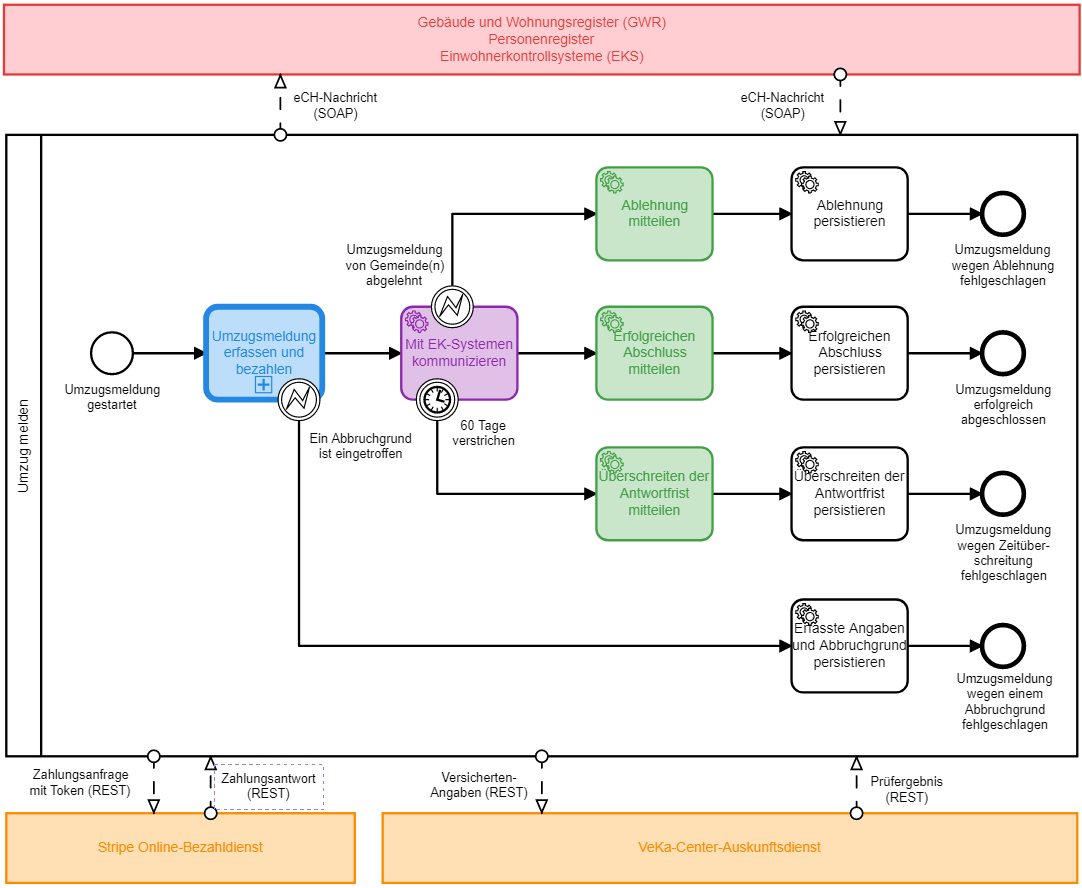
zhaw-gpi/eumzug-plattform-2018 keeps this BPMN diagram as src/docs/architecture/MainProcessArchitectureView.png. Above is the earlier version. Its source is kept beside it as src/docs/architecture/MainProcessArchitectureView.bpmn. Ids are renumbered.
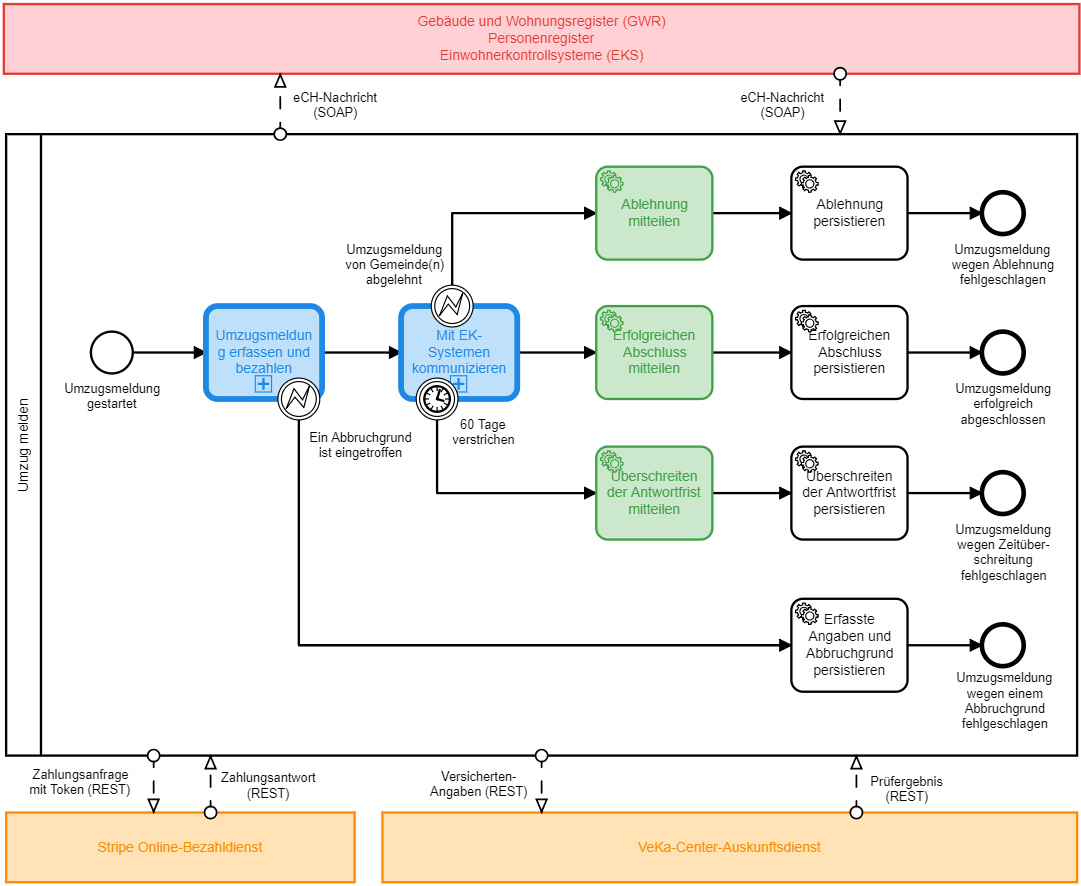
Above is the later version.

Commit message:
Dokumentation deutlich überarbeitet (README, BPMN)

What changed in the source:
```diff
@@ -1,4 +1,4 @@
-<bpmn:definitions xmlns:bpmn="http://www.omg.org/spec/BPMN/20100524/MODEL" xmlns:bpmndi="http://www.omg.org/spec/BPMN/20100524/DI" xmlns:di="http://www.omg.org/spec/DD/20100524/DI" xmlns:dc="http://www.omg.org/spec/DD/20100524/DC" xmlns:camunda="http://camunda.org/schema/1.0/bpmn" xmlns:xsi="http://www.w3.org/2001/XMLSchema-instance" xmlns:bioc="http://bpmn.io/schema/bpmn/biocolor/1.0" id="Definitions_n1" targetNamespace="http://bpmn.io/schema/bpmn" exporter="Camunda Modeler" exporterVersion="1.16.2">
+<bpmn:definitions xmlns:bpmn="http://www.omg.org/spec/BPMN/20100524/MODEL" xmlns:bpmndi="http://www.omg.org/spec/BPMN/20100524/DI" xmlns:di="http://www.omg.org/spec/DD/20100524/DI" xmlns:dc="http://www.omg.org/spec/DD/20100524/DC" xmlns:camunda="http://camunda.org/schema/1.0/bpmn" xmlns:xsi="http://www.w3.org/2001/XMLSchema-instance" xmlns:bioc="http://bpmn.io/schema/bpmn/biocolor/1.0" id="Definitions_n1" targetNamespace="http://bpmn.io/schema/bpmn" exporter="Camunda Modeler" exporterVersion="3.1.0">
   <bpmn:collaboration id="Collaboration_n2">
     <bpmn:participant id="Participant_n3" name="Umzug melden" processRef="Process_n4" />
     <bpmn:participant id="Participant_n5" name="Gebäude und Wohnungsregister (GWR)&#10;Personenregister&#10;Einwohnerkontrollsysteme (EKS)" />
@@ -22,10 +22,6 @@
       <bpmn:incoming>SequenceFlow_n15</bpmn:incoming>
       <bpmn:outgoing>SequenceFlow_n19</bpmn:outgoing>
     </bpmn:callActivity>
-    <bpmn:serviceTask id="Task_n20" name="Mit EK-Systemen kommunizieren">
-      <bpmn:incoming>SequenceFlow_n19</bpmn:incoming>
-      <bpmn:outgoing>SequenceFlow_n21</bpmn:outgoing>
-    </bpmn:serviceTask>
     <bpmn:serviceTask id="Task_n22" name="Erfolgreichen Abschluss mitteilen">
       <bpmn:incoming>SequenceFlow_n21</bpmn:incoming>
       <bpmn:outgoing>SequenceFlow_n23</bpmn:outgoing>
@@ -64,218 +60,222 @@
       <bpmn:incoming>SequenceFlow_n40</bpmn:incoming>
       <bpmn:outgoing>SequenceFlow_n38</bpmn:outgoing>
     </bpmn:serviceTask>
-    <bpmn:boundaryEvent id="BoundaryEvent_n41" name="60 Tage verstrichen" attachedToRef="Task_n20">
-      <bpmn:outgoing>SequenceFlow_n32</bpmn:outgoing>
-      <bpmn:timerEventDefinition />
+    <bpmn:callActivity id="Task_n20" name="Mit EK-Systemen kommunizieren">
+      <bpmn:incoming>SequenceFlow_n19</bpmn:incoming>
+      <bpmn:outgoing>SequenceFlow_n21</bpmn:outgoing>
+    </bpmn:callActivity>
+    <bpmn:boundaryEvent id="BoundaryEvent_n43" name="Ein Abbruchgrund ist eingetroffen" attachedToRef="Task_n18">
+      <bpmn:outgoing>SequenceFlow_n40</bpmn:outgoing>
+      <bpmn:errorEventDefinition />
     </bpmn:boundaryEvent>
     <bpmn:boundaryEvent id="BoundaryEvent_n42" name="Umzugsmeldung von Gemeinde(n) abgelehnt" attachedToRef="Task_n20">
       <bpmn:outgoing>SequenceFlow_n30</bpmn:outgoing>
       <bpmn:errorEventDefinition />
     </bpmn:boundaryEvent>
-    <bpmn:boundaryEvent id="BoundaryEvent_n43" name="Ein Abbruchgrund ist eingetroffen" attachedToRef="Task_n18">
-      <bpmn:outgoing>SequenceFlow_n40</bpmn:outgoing>
-      <bpmn:errorEventDefinition />
+    <bpmn:boundaryEvent id="BoundaryEvent_n41" name="60 Tage verstrichen" attachedToRef="Task_n20">
+      <bpmn:outgoing>SequenceFlow_n32</bpmn:outgoing>
+      <bpmn:timerEventDefinition />
     </bpmn:boundaryEvent>
+    <bpmn:sequenceFlow id="SequenceFlow_n15" sourceRef="StartEvent_n14" targetRef="Task_n18" />
+    <bpmn:sequenceFlow id="SequenceFlow_n40" sourceRef="BoundaryEvent_n43" targetRef="CallActivity_n39" />
+    <bpmn:sequenceFlow id="SequenceFlow_n19" sourceRef="Task_n18" targetRef="Task_n20" />
+    <bpmn:sequenceFlow id="SequenceFlow_n30" sourceRef="BoundaryEvent_n42" targetRef="Task_n29" />
+    <bpmn:sequenceFlow id="SequenceFlow_n21" sourceRef="Task_n20" targetRef="Task_n22" />
+    <bpmn:sequenceFlow id="SequenceFlow_n23" sourceRef="Task_n22" targetRef="Task_n24" />
+    <bpmn:sequenceFlow id="SequenceFlow_n17" sourceRef="Task_n24" targetRef="EndEvent_n16" />
+    <bpmn:sequenceFlow id="SequenceFlow_n28" sourceRef="Task_n29" targetRef="Task_n27" />
+    <bpmn:sequenceFlow id="SequenceFlow_n26" sourceRef="Task_n27" targetRef="EndEvent_n25" />
+    <bpmn:sequenceFlow id="SequenceFlow_n33" sourceRef="ServiceTask_n31" targetRef="ServiceTask_n34" />
+    <bpmn:sequenceFlow id="SequenceFlow_n35" sourceRef="ServiceTask_n34" targetRef="EndEvent_n36" />
+    <bpmn:sequenceFlow id="SequenceFlow_n32" sourceRef="BoundaryEvent_n41" targetRef="ServiceTask_n31" />
     <bpmn:sequenceFlow id="SequenceFlow_n38" sourceRef="CallActivity_n39" targetRef="EndEvent_n37" />
-    <bpmn:sequenceFlow id="SequenceFlow_n32" sourceRef="BoundaryEvent_n41" targetRef="ServiceTask_n31" />
-    <bpmn:sequenceFlow id="SequenceFlow_n35" sourceRef="ServiceTask_n34" targetRef="EndEvent_n36" />
-    <bpmn:sequenceFlow id="SequenceFlow_n33" sourceRef="ServiceTask_n31" targetRef="ServiceTask_n34" />
-    <bpmn:sequenceFlow id="SequenceFlow_n26" sourceRef="Task_n27" targetRef="EndEvent_n25" />
-    <bpmn:sequenceFlow id="SequenceFlow_n28" sourceRef="Task_n29" targetRef="Task_n27" />
-    <bpmn:sequenceFlow id="SequenceFlow_n17" sourceRef="Task_n24" targetRef="EndEvent_n16" />
-    <bpmn:sequenceFlow id="SequenceFlow_n23" sourceRef="Task_n22" targetRef="Task_n24" />
-    <bpmn:sequenceFlow id="SequenceFlow_n21" sourceRef="Task_n20" targetRef="Task_n22" />
-    <bpmn:sequenceFlow id="SequenceFlow_n30" sourceRef="BoundaryEvent_n42" targetRef="Task_n29" />
-    <bpmn:sequenceFlow id="SequenceFlow_n19" sourceRef="Task_n18" targetRef="Task_n20" />
-    <bpmn:sequenceFlow id="SequenceFlow_n40" sourceRef="BoundaryEvent_n43" targetRef="CallActivity_n39" />
-    <bpmn:sequenceFlow id="SequenceFlow_n15" sourceRef="StartEvent_n14" targetRef="Task_n18" />
   </bpmn:process>
   <bpmndi:BPMNDiagram id="BPMNDiagram_1">
     <bpmndi:BPMNPlane id="BPMNPlane_1" bpmnElement="Collaboration_n2">
-      <bpmndi:BPMNShape id="Participant_n3_di" bpmnElement="Participant_n3">
-        <dc:Bounds x="16" y="127" width="922" height="535" />
+      <bpmndi:BPMNShape id="Participant_n3_di" bpmnElement="Participant_n3" isHorizontal="true">
+        <dc:Bounds x="158" y="193" width="922" height="535" />
       </bpmndi:BPMNShape>
       <bpmndi:BPMNShape id="StartEvent_n14_di" bpmnElement="StartEvent_n14">
-        <dc:Bounds x="89" y="297" width="36" height="36" />
+        <dc:Bounds x="231" y="363" width="36" height="36" />
         <bpmndi:BPMNLabel>
-          <dc:Bounds x="66" y="340" width="83" height="27" />
+          <dc:Bounds x="208" y="406" width="83" height="27" />
         </bpmndi:BPMNLabel>
       </bpmndi:BPMNShape>
       <bpmndi:BPMNEdge id="SequenceFlow_n15_di" bpmnElement="SequenceFlow_n15">
-        <di:waypoint x="125" y="315" />
-        <di:waypoint x="188" y="315" />
+        <di:waypoint x="267" y="381" />
+        <di:waypoint x="330" y="381" />
       </bpmndi:BPMNEdge>
       <bpmndi:BPMNShape id="EndEvent_n37_di" bpmnElement="EndEvent_n37">
-        <dc:Bounds x="856" y="549" width="36" height="36" />
+        <dc:Bounds x="998" y="615" width="36" height="36" />
         <bpmndi:BPMNLabel>
-          <dc:Bounds x="834" y="589" width="83" height="53" />
+          <dc:Bounds x="976" y="655" width="83" height="53" />
         </bpmndi:BPMNLabel>
       </bpmndi:BPMNShape>
       <bpmndi:BPMNEdge id="SequenceFlow_n38_di" bpmnElement="SequenceFlow_n38">
-        <di:waypoint x="792" y="567" />
-        <di:waypoint x="856" y="567" />
+        <di:waypoint x="934" y="633" />
+        <di:waypoint x="998" y="633" />
       </bpmndi:BPMNEdge>
       <bpmndi:BPMNShape id="BoundaryEvent_0wwze7o_di" bpmnElement="BoundaryEvent_n43">
-        <dc:Bounds x="250" y="337" width="36" height="36" />
+        <dc:Bounds x="392" y="403" width="36" height="36" />
         <bpmndi:BPMNLabel>
-          <dc:Bounds x="277" y="382" width="89" height="27" />
+          <dc:Bounds x="419" y="448" width="89" height="27" />
         </bpmndi:BPMNLabel>
       </bpmndi:BPMNShape>
       <bpmndi:BPMNEdge id="SequenceFlow_n40_di" bpmnElement="SequenceFlow_n40">
-        <di:waypoint x="268" y="373" />
-        <di:waypoint x="268" y="567" />
-        <di:waypoint x="692" y="567" />
+        <di:waypoint x="410" y="439" />
+        <di:waypoint x="410" y="633" />
+        <di:waypoint x="834" y="633" />
       </bpmndi:BPMNEdge>
       <bpmndi:BPMNShape id="ServiceTask_1eta9so_di" bpmnElement="CallActivity_n39">
-        <dc:Bounds x="692" y="527" width="100" height="80" />
+        <dc:Bounds x="834" y="593" width="100" height="80" />
       </bpmndi:BPMNShape>
       <bpmndi:BPMNEdge id="SequenceFlow_n19_di" bpmnElement="SequenceFlow_n19">
-        <di:waypoint x="288" y="315" />
-        <di:waypoint x="356" y="315" />
+        <di:waypoint x="430" y="381" />
+        <di:waypoint x="498" y="381" />
       </bpmndi:BPMNEdge>
-      <bpmndi:BPMNShape id="ServiceTask_1e32l3k_di" bpmnElement="Task_n20" bioc:stroke="#8E24AA" bioc:fill="#E1BEE7">
-        <dc:Bounds x="356" y="275" width="100" height="80" />
-      </bpmndi:BPMNShape>
       <bpmndi:BPMNShape id="BoundaryEvent_17owh55_di" bpmnElement="BoundaryEvent_n42">
-        <dc:Bounds x="382" y="257" width="36" height="36" />
+        <dc:Bounds x="524" y="323" width="36" height="36" />
         <bpmndi:BPMNLabel>
-          <dc:Bounds x="308" y="220" width="85" height="40" />
+          <dc:Bounds x="450" y="286" width="85" height="40" />
         </bpmndi:BPMNLabel>
       </bpmndi:BPMNShape>
       <bpmndi:BPMNEdge id="SequenceFlow_n30_di" bpmnElement="SequenceFlow_n30">
-        <di:waypoint x="400" y="257" />
-        <di:waypoint x="400" y="195" />
-        <di:waypoint x="524" y="195" />
+        <di:waypoint x="542" y="323" />
+        <di:waypoint x="542" y="261" />
+        <di:waypoint x="666" y="261" />
       </bpmndi:BPMNEdge>
       <bpmndi:BPMNShape id="ServiceTask_1ftqgj1_di" bpmnElement="Task_n22" bioc:stroke="#43A047" bioc:fill="#C8E6C9">
-        <dc:Bounds x="524" y="275" width="100" height="80" />
+        <dc:Bounds x="666" y="341" width="100" height="80" />
       </bpmndi:BPMNShape>
       <bpmndi:BPMNShape id="ServiceTask_0aq9wsy_di" bpmnElement="Task_n24">
-        <dc:Bounds x="692" y="275" width="100" height="80" />
+        <dc:Bounds x="834" y="341" width="100" height="80" />
       </bpmndi:BPMNShape>
       <bpmndi:BPMNShape id="EndEvent_n16_di" bpmnElement="EndEvent_n16">
-        <dc:Bounds x="856" y="297" width="36" height="36" />
+        <dc:Bounds x="998" y="363" width="36" height="36" />
         <bpmndi:BPMNLabel>
-          <dc:Bounds x="833" y="340" width="83" height="40" />
+          <dc:Bounds x="975" y="406" width="83" height="40" />
         </bpmndi:BPMNLabel>
       </bpmndi:BPMNShape>
       <bpmndi:BPMNShape id="CallActivity_1mxar3j_di" bpmnElement="Task_n18" bioc:stroke="#1E88E5" bioc:fill="#BBDEFB">
-        <dc:Bounds x="188" y="275" width="100" height="80" />
+        <dc:Bounds x="330" y="341" width="100" height="80" />
       </bpmndi:BPMNShape>
-      <bpmndi:BPMNShape id="Participant_03cjtcp_di" bpmnElement="Participant_n5" bioc:stroke="#E53935" bioc:fill="#FFCDD2">
-        <dc:Bounds x="14" y="15" width="926" height="60" />
+      <bpmndi:BPMNShape id="Participant_03cjtcp_di" bpmnElement="Participant_n5" isHorizontal="true" bioc:stroke="#E53935" bioc:fill="#FFCDD2">
+        <dc:Bounds x="156" y="81" width="926" height="60" />
       </bpmndi:BPMNShape>
       <bpmndi:BPMNEdge id="MessageFlow_n8_di" bpmnElement="MessageFlow_n8">
-        <di:waypoint x="252" y="127" />
-        <di:waypoint x="252" y="75" />
+        <di:waypoint x="394" y="193" />
+        <di:waypoint x="394" y="141" />
         <bpmndi:BPMNLabel>
-          <dc:Bounds x="263" y="89" width="74" height="27" />
+          <dc:Bounds x="405" y="155" width="74" height="27" />
         </bpmndi:BPMNLabel>
       </bpmndi:BPMNEdge>
       <bpmndi:BPMNEdge id="MessageFlow_n9_di" bpmnElement="MessageFlow_n9">
-        <di:waypoint x="734" y="75" />
-        <di:waypoint x="734" y="127" />
+        <di:waypoint x="876" y="141" />
+        <di:waypoint x="876" y="193" />
         <bpmndi:BPMNLabel>
-          <dc:Bounds x="648" y="89" width="74" height="27" />
+          <dc:Bounds x="790" y="155" width="74" height="27" />
         </bpmndi:BPMNLabel>
       </bpmndi:BPMNEdge>
-      <bpmndi:BPMNShape id="Participant_01k5g2n_di" bpmnElement="Participant_n6" bioc:stroke="#FB8C00" bioc:fill="#FFE0B2">
-        <dc:Bounds x="16" y="711" width="300" height="60" />
+      <bpmndi:BPMNShape id="Participant_01k5g2n_di" bpmnElement="Participant_n6" isHorizontal="true" bioc:stroke="#FB8C00" bioc:fill="#FFE0B2">
+        <dc:Bounds x="158" y="777" width="300" height="60" />
       </bpmndi:BPMNShape>
       <bpmndi:BPMNEdge id="SequenceFlow_n21_di" bpmnElement="SequenceFlow_n21">
-        <di:waypoint x="456" y="315" />
-        <di:waypoint x="524" y="315" />
+        <di:waypoint x="598" y="381" />
+        <di:waypoint x="666" y="381" />
       </bpmndi:BPMNEdge>
       <bpmndi:BPMNEdge id="SequenceFlow_n23_di" bpmnElement="SequenceFlow_n23">
-        <di:waypoint x="624" y="315" />
-        <di:waypoint x="692" y="315" />
+        <di:waypoint x="766" y="381" />
+        <di:waypoint x="834" y="381" />
       </bpmndi:BPMNEdge>
       <bpmndi:BPMNEdge id="SequenceFlow_n17_di" bpmnElement="SequenceFlow_n17">
-        <di:waypoint x="792" y="315" />
-        <di:waypoint x="856" y="315" />
+        <di:waypoint x="934" y="381" />
+        <di:waypoint x="998" y="381" />
       </bpmndi:BPMNEdge>
       <bpmndi:BPMNShape id="ServiceTask_04xuqo2_di" bpmnElement="Task_n29" bioc:stroke="#43A047" bioc:fill="#C8E6C9">
-        <dc:Bounds x="524" y="155" width="100" height="80" />
+        <dc:Bounds x="666" y="221" width="100" height="80" />
       </bpmndi:BPMNShape>
       <bpmndi:BPMNEdge id="SequenceFlow_n28_di" bpmnElement="SequenceFlow_n28">
-        <di:waypoint x="624" y="195" />
-        <di:waypoint x="692" y="195" />
+        <di:waypoint x="766" y="261" />
+        <di:waypoint x="834" y="261" />
       </bpmndi:BPMNEdge>
       <bpmndi:BPMNShape id="ServiceTask_0kg7oyb_di" bpmnElement="Task_n27">
-        <dc:Bounds x="692" y="155" width="100" height="80" />
+        <dc:Bounds x="834" y="221" width="100" height="80" />
       </bpmndi:BPMNShape>
       <bpmndi:BPMNShape id="EndEvent_n25_di" bpmnElement="EndEvent_n25">
-        <dc:Bounds x="856" y="177" width="36" height="36" />
+        <dc:Bounds x="998" y="243" width="36" height="36" />
         <bpmndi:BPMNLabel>
-          <dc:Bounds x="830" y="220" width="88" height="40" />
+          <dc:Bounds x="972" y="286" width="88" height="40" />
         </bpmndi:BPMNLabel>
       </bpmndi:BPMNShape>
       <bpmndi:BPMNEdge id="SequenceFlow_n26_di" bpmnElement="SequenceFlow_n26">
-        <di:waypoint x="792" y="195" />
-        <di:waypoint x="856" y="195" />
+        <di:waypoint x="934" y="261" />
+        <di:waypoint x="998" y="261" />
       </bpmndi:BPMNEdge>
       <bpmndi:BPMNShape id="BoundaryEvent_1tyg17u_di" bpmnElement="BoundaryEvent_n41">
-        <dc:Bounds x="369" y="337" width="36" height="36" />
+        <dc:Bounds x="511" y="403" width="36" height="36" />
         <bpmndi:BPMNLabel>
-          <dc:Bounds x="400" y="371" width="53" height="27" />
+          <dc:Bounds x="542" y="437" width="53" height="27" />
         </bpmndi:BPMNLabel>
       </bpmndi:BPMNShape>
       <bpmndi:BPMNShape id="ServiceTask_n31_di" bpmnElement="ServiceTask_n31" bioc:stroke="#43A047" bioc:fill="#C8E6C9">
-        <dc:Bounds x="524" y="396" width="100" height="80" />
+        <dc:Bounds x="666" y="462" width="100" height="80" />
       </bpmndi:BPMNShape>
       <bpmndi:BPMNShape id="ServiceTask_n34_di" bpmnElement="ServiceTask_n34">
-        <dc:Bounds x="692" y="396" width="100" height="80" />
+        <dc:Bounds x="834" y="462" width="100" height="80" />
       </bpmndi:BPMNShape>
       <bpmndi:BPMNShape id="EndEvent_n36_di" bpmnElement="EndEvent_n36">
-        <dc:Bounds x="856" y="418" width="36" height="36" />
+        <dc:Bounds x="998" y="484" width="36" height="36" />
         <bpmndi:BPMNLabel>
-          <dc:Bounds x="833" y="461" width="83" height="53" />
+          <dc:Bounds x="975" y="527" width="83" height="53" />
         </bpmndi:BPMNLabel>
       </bpmndi:BPMNShape>
       <bpmndi:BPMNEdge id="SequenceFlow_n33_di" bpmnElement="SequenceFlow_n33">
-        <di:waypoint x="624" y="436" />
-        <di:waypoint x="692" y="436" />
+        <di:waypoint x="766" y="502" />
+        <di:waypoint x="834" y="502" />
       </bpmndi:BPMNEdge>
       <bpmndi:BPMNEdge id="SequenceFlow_n35_di" bpmnElement="SequenceFlow_n35">
-        <di:waypoint x="792" y="436" />
-        <di:waypoint x="856" y="436" />
+        <di:waypoint x="934" y="502" />
+        <di:waypoint x="998" y="502" />
       </bpmndi:BPMNEdge>
       <bpmndi:BPMNEdge id="SequenceFlow_n32_di" bpmnElement="SequenceFlow_n32">
-        <di:waypoint x="387" y="373" />
-        <di:waypoint x="387" y="436" />
-        <di:waypoint x="524" y="436" />
+        <di:waypoint x="529" y="439" />
+        <di:waypoint x="529" y="502" />
+        <di:waypoint x="666" y="502" />
       </bpmndi:BPMNEdge>
-      <bpmndi:BPMNShape id="Participant_n7_di" bpmnElement="Participant_n7" bioc:stroke="#FB8C00" bioc:fill="#FFE0B2">
-        <dc:Bounds x="340" y="711" width="598" height="60" />
+      <bpmndi:BPMNShape id="Participant_n7_di" bpmnElement="Participant_n7" isHorizontal="true" bioc:stroke="#FB8C00" bioc:fill="#FFE0B2">
+        <dc:Bounds x="482" y="777" width="598" height="60" />
       </bpmndi:BPMNShape>
       <bpmndi:BPMNEdge id="MessageFlow_n10_di" bpmnElement="MessageFlow_n10">
-        <di:waypoint x="477" y="662" />
-        <di:waypoint x="477" y="711" />
+        <di:waypoint x="619" y="728" />
+        <di:waypoint x="619" y="777" />
         <bpmndi:BPMNLabel>
-          <dc:Bounds x="381" y="674" width="84" height="27" />
+          <dc:Bounds x="523" y="740" width="84" height="27" />
         </bpmndi:BPMNLabel>
       </bpmndi:BPMNEdge>
       <bpmndi:BPMNEdge id="MessageFlow_n11_di" bpmnElement="MessageFlow_n11">
-        <di:waypoint x="748" y="711" />
-        <di:waypoint x="748" y="662" />
+        <di:waypoint x="890" y="777" />
+        <di:waypoint x="890" y="728" />
         <bpmndi:BPMNLabel>
-          <dc:Bounds x="760" y="678" width="63" height="27" />
+          <dc:Bounds x="902" y="744" width="63" height="27" />
         </bpmndi:BPMNLabel>
       </bpmndi:BPMNEdge>
       <bpmndi:BPMNEdge id="MessageFlow_n12_di" bpmnElement="MessageFlow_n12">
-        <di:waypoint x="143" y="662" />
-        <di:waypoint x="143" y="711" />
+        <di:waypoint x="285" y="728" />
+        <di:waypoint x="285" y="777" />
         <bpmndi:BPMNLabel>
-          <dc:Bounds x="36" y="672" width="88" height="27" />
+          <dc:Bounds x="178" y="738" width="88" height="27" />
         </bpmndi:BPMNLabel>
       </bpmndi:BPMNEdge>
       <bpmndi:BPMNEdge id="MessageFlow_n13_di" bpmnElement="MessageFlow_n13">
-        <di:waypoint x="192" y="711" />
-        <di:waypoint x="192" y="662" />
+        <di:waypoint x="334" y="777" />
+        <di:waypoint x="334" y="728" />
         <bpmndi:BPMNLabel>
-          <dc:Bounds x="201" y="675" width="82" height="27" />
+          <dc:Bounds x="343" y="741" width="82" height="27" />
         </bpmndi:BPMNLabel>
       </bpmndi:BPMNEdge>
+      <bpmndi:BPMNShape id="CallActivity_1idtgib_di" bpmnElement="Task_n20" bioc:stroke="rgb(30, 136, 229)" bioc:fill="rgb(187, 222, 251)">
+        <dc:Bounds x="498" y="341" width="100" height="80" />
+      </bpmndi:BPMNShape>
     </bpmndi:BPMNPlane>
   </bpmndi:BPMNDiagram>
 </bpmn:definitions>
```
